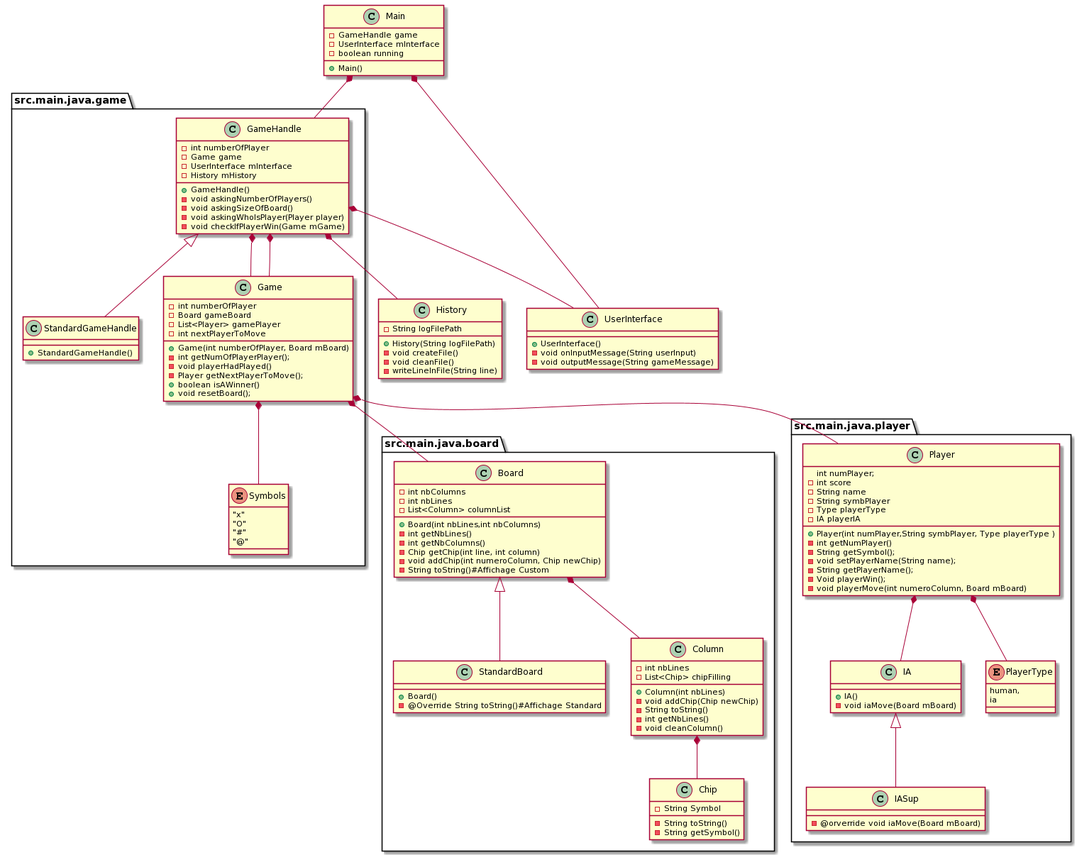
Earlier version of the PlantUML export Organisation/diagramme.png (ThibautRobinet/Projet-PG220).
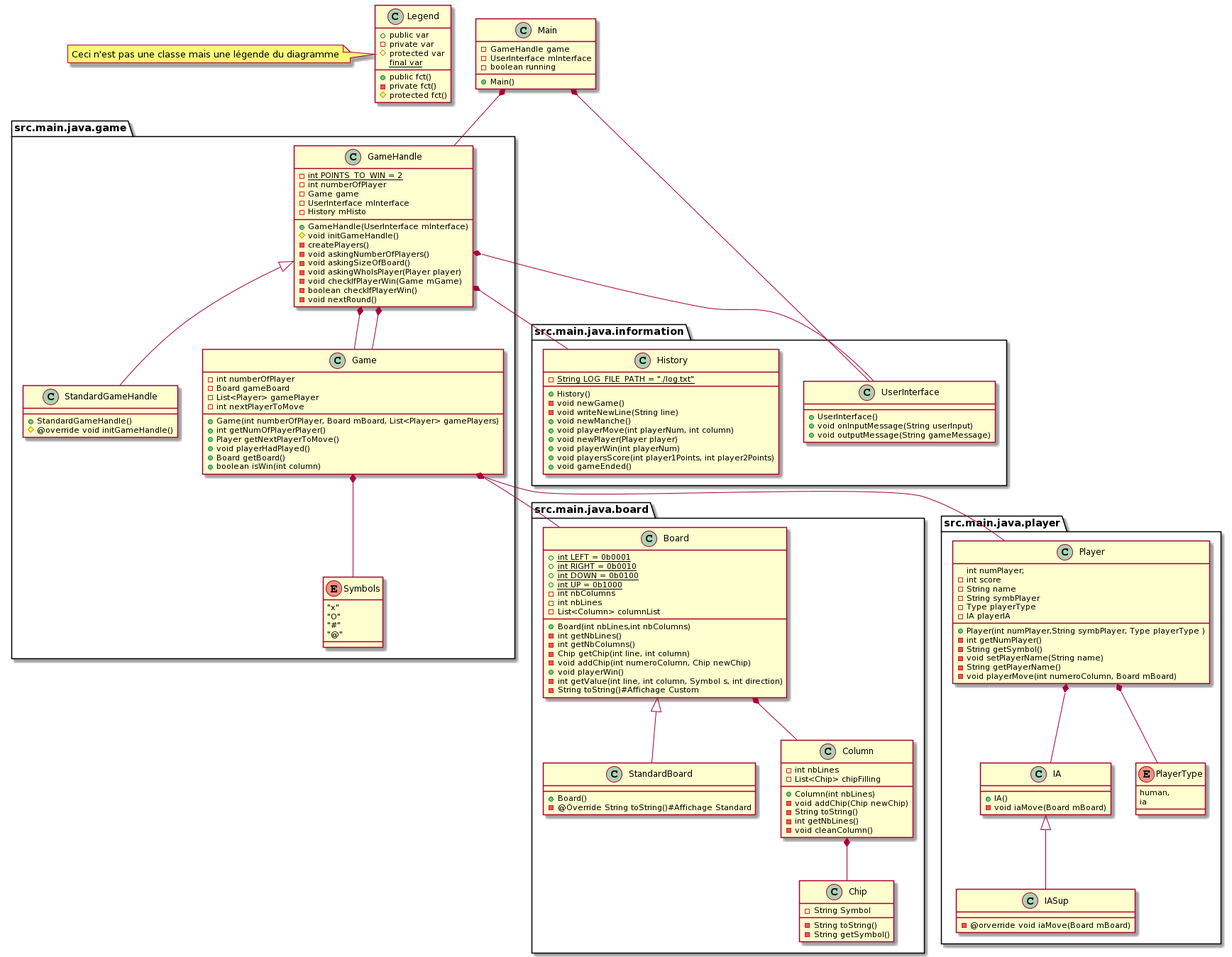
After the change.

Change to the diagram source:
```diff
@@ -1,4 +1,17 @@
 @startuml
+class Legend{
++public var
+-private var
+#protected var
+<u>final var</u>
++public fct()
+-private fct()
+#protected fct()
+}
+note left
+  Ceci n'est pas une classe mais une légende du diagramme
+end note
+
 package src.main.java.game{
 GameHandle <|-- StandardGameHandle
 GameHandle *-- Game
@@ -20,12 +33,13 @@
 }
 
 Main *--  GameHandle
+GameHandle *-- Game
+
+package src.main.java.information{
+GameHandle *-- History
+GameHandle *-- UserInterface
 Main *--  UserInterface
-
-GameHandle *-- Game
-GameHandle *-- UserInterface
-GameHandle *-- History
-
+}
 
 class Main{
 -GameHandle game
@@ -36,31 +50,42 @@
 
 class UserInterface {
 +UserInterface()
--void onInputMessage(String userInput)
--void outputMessage(String gameMessage)
++void onInputMessage(String userInput)
++void outputMessage(String gameMessage)
 }
 
 class History {
--String logFilePath
-+History(String logFilePath)
--void createFile()
--void cleanFile()
--writeLineInFile(String line)
+-<u>String LOG_FILE_PATH = "./log.txt"</u>
++History()
+-void newGame()
+-void writeNewLine(String line)
++void newManche()
++void playerMove(int playerNum, int column)
++void newPlayer(Player player)
++void playerWin(int playerNum)
++void playersScore(int player1Points, int player2Points)
++void gameEnded()
 }
 
 class GameHandle {
+-<u>int POINTS_TO_WIN = 2</u>
 -int numberOfPlayer
 -Game game
 -UserInterface mInterface
--History mHistory
-+GameHandle()
+-History mHisto
++GameHandle(UserInterface mInterface)
+#void initGameHandle()
+-createPlayers()
 -void askingNumberOfPlayers()
 -void askingSizeOfBoard()
 -void askingWhoIsPlayer(Player player)
 -void checkIfPlayerWin(Game mGame)
+-boolean checkIfPlayerWin()
+-void nextRound()
 }
 class StandardGameHandle{
 +StandardGameHandle()
+#@override void initGameHandle()
 }
 
 enum Symbols {
@@ -75,12 +100,12 @@
 -Board gameBoard
 -List<Player> gamePlayer
 -int nextPlayerToMove
-+Game(int numberOfPlayer, Board mBoard)
--int getNumOfPlayerPlayer();
--void playerHadPlayed()
--Player getNextPlayerToMove();
-+boolean isAWinner()
-+void resetBoard();
++Game(int numberOfPlayer, Board mBoard, List<Player> gamePlayers)
++int getNumOfPlayerPlayer()
++Player getNextPlayerToMove()
++void playerHadPlayed()
++Board getBoard()
++boolean isWin(int column)
 }
 
 enum PlayerType{
@@ -97,10 +122,9 @@
 -IA playerIA
 +Player(int numPlayer,String symbPlayer, Type playerType )
 -int getNumPlayer()
--String getSymbol();
--void setPlayerName(String name);
--String getPlayerName();
--Void playerWin();
+-String getSymbol()
+-void setPlayerName(String name)
+-String getPlayerName()
 -void playerMove(int numeroColumn, Board mBoard)
 }
 
@@ -114,6 +138,10 @@
 }
 
 class Board {
++<u>int LEFT = 0b0001</u>
++<u>int RIGHT = 0b0010</u>
++<u>int DOWN = 0b0100</u>
++<u>int UP = 0b1000</u>
 -int nbColumns
 -int nbLines
 -List<Column> columnList
@@ -122,6 +150,8 @@
 -int getNbColumns()
 -Chip getChip(int line, int column)
 -void addChip(int numeroColumn, Chip newChip)
++void playerWin()
+-int getValue(int line, int column, Symbol s, int direction)
 -String toString()#Affichage Custom
 }
 
```
